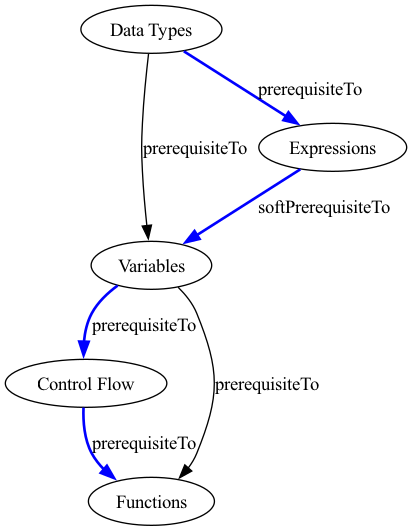
This is graphviz/FunctionsSequence1.png from ezrichards/concept-graph, a Graphviz export, as it was before one commit. Its source is kept beside it as graphviz/FunctionsSequence1.dot. Source of this version:
```dot
digraph {
   # rankdir=LR;

   # nodes into variables
   "Data Types" -> "Variables" [ label="prerequisiteTo" ];
   "Data Types" -> "Expressions" [ label="prerequisiteTo",color=blue,penwidth=2.0 ];
   "Expressions" -> "Variables" [ label="softPrerequisiteTo",color=blue,penwidth=2.0 ];

   # nodes away from variables
   "Variables" -> "Functions" [ label="prerequisiteTo",color=red,penwidth=2.0 ];
   "Variables" -> "Control Flow" [ label="prerequisiteTo" ];
   "Control Flow" -> "Functions" [ label="prerequisiteTo" ];

   ### ignoring children because we don't have enough space

   # data types children
   #"Integer" -> "Data Types";
   #"Float" -> "Data Types";
   #"String" -> "Data Types";
   #"Boolean" -> "Data Types";

   # functions children
   #"Return values" -> "Functions";
   #"Parameters" -> "Functions";
   #"Calls" -> "Functions";
   #"Main" -> "Functions";

   # control flow children
   #"if" -> "Control Flow"
   #"elif" -> "Control Flow"
   #"else" -> "Control Flow"
}
```
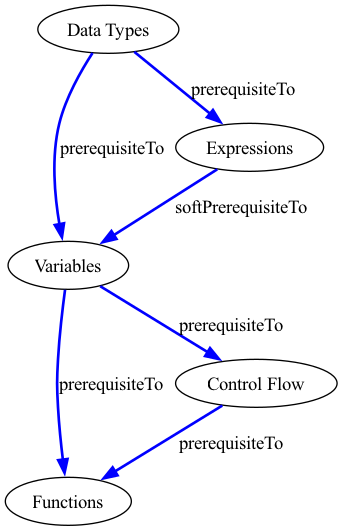
The same diagram one commit later.

Commit message:
Update function sequence 1

The edit, as a diff of the source:
```diff
@@ -2,14 +2,14 @@
    # rankdir=LR;
 
    # nodes into variables
-   "Data Types" -> "Variables" [ label="prerequisiteTo" ];
+   "Data Types" -> "Variables" [ label="prerequisiteTo",color=blue,penwidth=2.0 ];
    "Data Types" -> "Expressions" [ label="prerequisiteTo",color=blue,penwidth=2.0 ];
    "Expressions" -> "Variables" [ label="softPrerequisiteTo",color=blue,penwidth=2.0 ];
 
    # nodes away from variables
-   "Variables" -> "Functions" [ label="prerequisiteTo",color=red,penwidth=2.0 ];
-   "Variables" -> "Control Flow" [ label="prerequisiteTo" ];
-   "Control Flow" -> "Functions" [ label="prerequisiteTo" ];
+   "Variables" -> "Functions" [ label="prerequisiteTo",color=blue,penwidth=2.0 ];
+   "Variables" -> "Control Flow" [ label="prerequisiteTo",color=blue,penwidth=2.0 ];
+   "Control Flow" -> "Functions" [ label="prerequisiteTo",color=blue,penwidth=2.0 ];
 
    ### ignoring children because we don't have enough space
 
```
